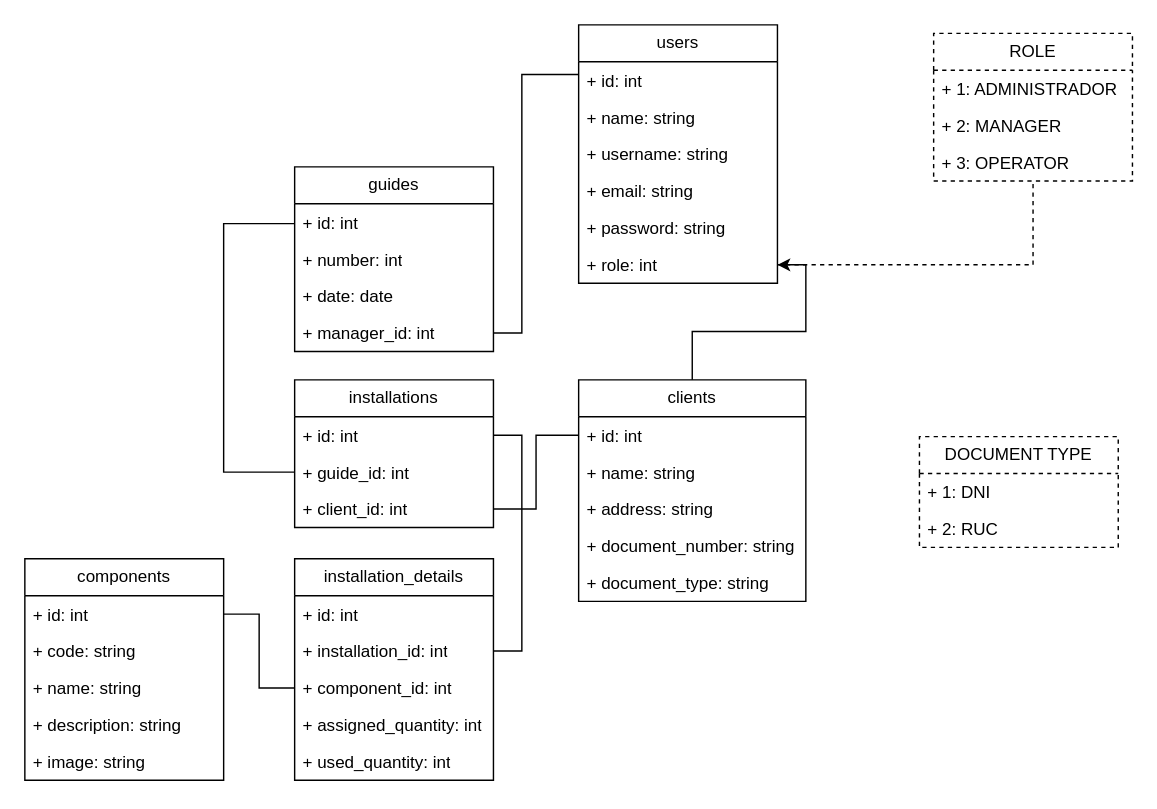
Earlier version of the draw.io diagram campo.drawio (AlvaroHJ21/draw.io). Source tidied: cells renumbered, new cells numbered last; positions are measured from the earlier drawing's top-left corner, leaving out a move shared by most shapes. Both pictures are drawn from the tidied source at 142%, with x=0, y=0 at pixel (24, 24).
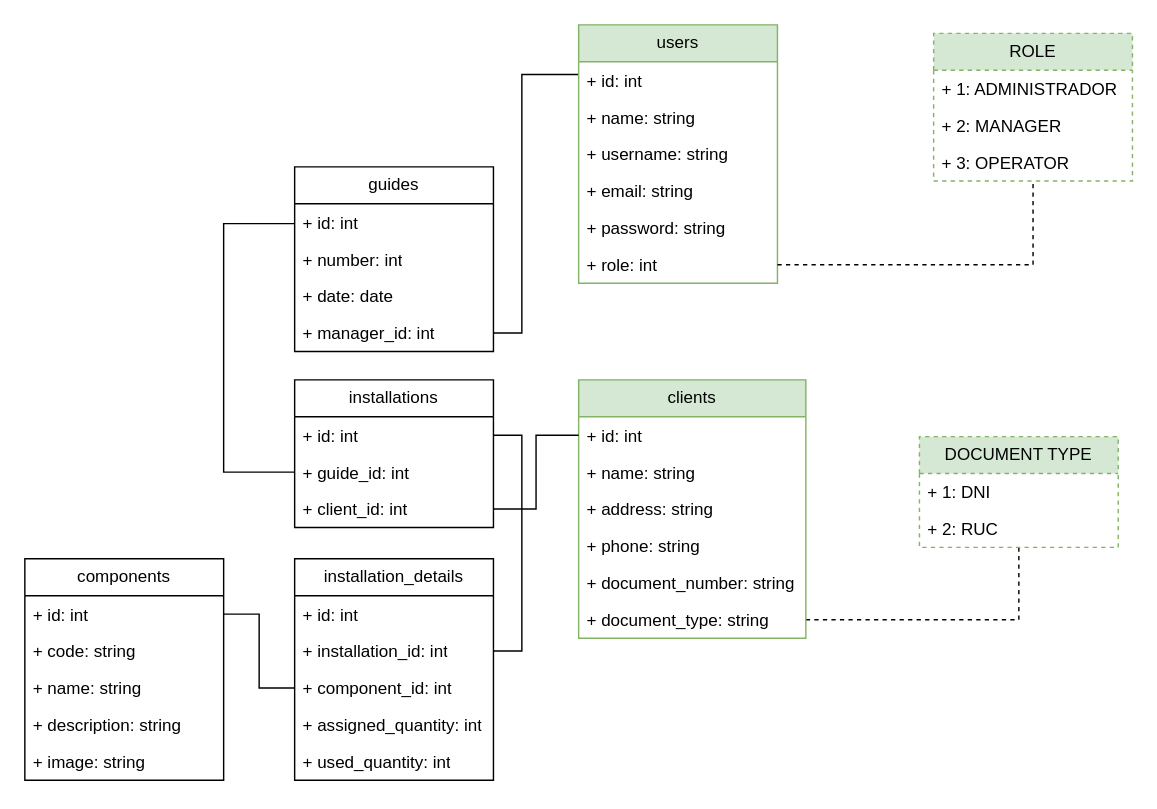
The same page after the edit.

The change refers to these unchanged cells:
```xml
<mxCell id="41" value="+ role: int" style="text;strokeColor=none;fillColor=none;align=left;verticalAlign=top;spacingLeft=4;spacingRight=4;overflow=hidden;points=[[0,0.5],[1,0.5]];portConstraint=eastwest;whiteSpace=wrap;html=1;" parent="35" vertex="1">
  <mxGeometry y="156" width="140" height="26" as="geometry" />
</mxCell>
```

Diff of the diagram source:
```diff
@@
-    <mxCell id="13" style="edgeStyle=orthogonalEdgeStyle;rounded=0;jettySize=auto;html=1;" parent="1" edge="1" source="14" target="41">
+    <mxCell id="13" style="edgeStyle=orthogonalEdgeStyle;rounded=0;jettySize=auto;html=1;dashed=1;endArrow=none;endFill=0;" parent="1" edge="1" source="19" target="47">
       <mxGeometry relative="1" as="geometry" />
     </mxCell>
-    <mxCell id="14" value="clients" style="swimlane;fontStyle=0;horizontal=1;startSize=26;fillColor=none;whiteSpace=wrap;html=1;" parent="1" vertex="1">
-      <mxGeometry x="390" y="250" width="160" height="156" as="geometry" />
+    <mxCell id="14" value="clients" style="swimlane;fontStyle=0;horizontal=1;startSize=26;fillColor=#d5e8d4;whiteSpace=wrap;html=1;strokeColor=#82b366;" parent="1" vertex="1">
+      <mxGeometry x="390" y="250" width="160" height="182" as="geometry" />
     </mxCell>
@@
+    <mxCell id="50" value="+ phone: string" style="text;strokeColor=none;fillColor=none;align=left;verticalAlign=top;spacingLeft=4;spacingRight=4;overflow=hidden;whiteSpace=wrap;html=1;" parent="14" vertex="1">
+      <mxGeometry y="104" width="160" height="26" as="geometry" />
+    </mxCell>
     <mxCell id="18" value="+ document_number: string" style="text;strokeColor=none;fillColor=none;align=left;verticalAlign=top;spacingLeft=4;spacingRight=4;overflow=hidden;whiteSpace=wrap;html=1;" parent="14" vertex="1">
-      <mxGeometry y="104" width="160" height="26" as="geometry" />
+      <mxGeometry y="130" width="160" height="26" as="geometry" />
     </mxCell>
     <mxCell id="19" value="+ document_type: string" style="text;strokeColor=none;fillColor=none;align=left;verticalAlign=top;spacingLeft=4;spacingRight=4;overflow=hidden;points=[[0,0.5],[1,0.5]];portConstraint=eastwest;whiteSpace=wrap;html=1;" parent="14" vertex="1">
-      <mxGeometry y="130" width="160" height="26" as="geometry" />
+      <mxGeometry y="156" width="160" height="26" as="geometry" />
     </mxCell>
@@
-    <mxCell id="35" value="users" style="swimlane;fontStyle=0;horizontal=1;startSize=26;fillColor=none;whiteSpace=wrap;html=1;" parent="1" vertex="1">
+    <mxCell id="35" value="users" style="swimlane;fontStyle=0;horizontal=1;startSize=26;fillColor=#d5e8d4;whiteSpace=wrap;html=1;strokeColor=#82b366;" parent="1" vertex="1">
       <mxGeometry x="390" width="140" height="182" as="geometry" />
     </mxCell>
@@
-    <mxCell id="42" value="ROLE" style="swimlane;fontStyle=0;horizontal=1;startSize=26;fillColor=none;whiteSpace=wrap;html=1;dashed=1;" parent="1" vertex="1">
+    <mxCell id="42" value="ROLE" style="swimlane;fontStyle=0;horizontal=1;startSize=26;fillColor=#d5e8d4;whiteSpace=wrap;html=1;dashed=1;strokeColor=#82b366;" parent="1" vertex="1">
       <mxGeometry x="640" y="6" width="140" height="104" as="geometry" />
     </mxCell>
@@
-    <mxCell id="47" value="DOCUMENT TYPE" style="swimlane;fontStyle=0;horizontal=1;startSize=26;fillColor=none;whiteSpace=wrap;html=1;dashed=1;" parent="1" vertex="1">
+    <mxCell id="47" value="DOCUMENT TYPE" style="swimlane;fontStyle=0;horizontal=1;startSize=26;fillColor=#d5e8d4;whiteSpace=wrap;html=1;dashed=1;strokeColor=#82b366;" parent="1" vertex="1">
       <mxGeometry x="630" y="290" width="140" height="78" as="geometry" />
     </mxCell>
```
